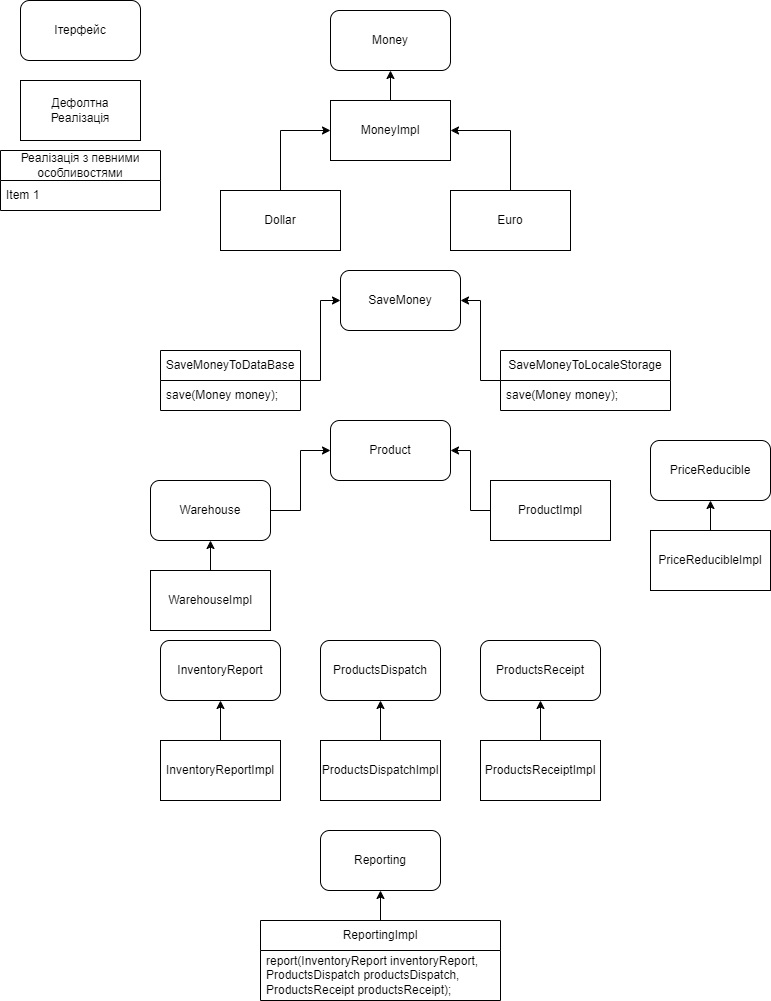
Earlier version of the draw.io export lab1/diagrama.png (mvyu222/Design-Patterns). Source tidied: cells renumbered, new cells last; positions are measured from the earlier drawing's top-left corner, leaving out a move shared by most shapes. The source it was exported from:
```xml
<mxGraphModel>
  <root>
    <mxCell id="0" />
    <mxCell id="1" parent="0" />
    <mxCell id="2" value="Ітерфейс" style="rounded=1;whiteSpace=wrap;html=1;" parent="1" vertex="1">
      <mxGeometry x="20" width="120" height="60" as="geometry" />
    </mxCell>
    <mxCell id="3" value="Дефолтна&lt;div&gt;Реалізація&lt;/div&gt;" style="rounded=0;whiteSpace=wrap;html=1;" parent="1" vertex="1">
      <mxGeometry x="20" y="80" width="120" height="60" as="geometry" />
    </mxCell>
    <mxCell id="4" value="Реалізація з певними особливостями" style="swimlane;fontStyle=0;horizontal=1;startSize=30;whiteSpace=wrap;html=1;" parent="1" vertex="1">
      <mxGeometry y="150" width="160" height="60" as="geometry" />
    </mxCell>
    <mxCell id="5" value="Item 1" style="text;strokeColor=none;fillColor=none;align=left;verticalAlign=middle;spacingLeft=4;spacingRight=4;overflow=hidden;whiteSpace=wrap;html=1;" parent="4" vertex="1">
      <mxGeometry y="30" width="160" height="30" as="geometry" />
    </mxCell>
    <mxCell id="6" value="Money" style="rounded=1;whiteSpace=wrap;html=1;" parent="1" vertex="1">
      <mxGeometry x="330" y="10" width="120" height="60" as="geometry" />
    </mxCell>
    <mxCell id="7" style="edgeStyle=orthogonalEdgeStyle;rounded=0;jettySize=auto;html=1;" parent="1" edge="1" source="8" target="6">
      <mxGeometry relative="1" as="geometry" />
    </mxCell>
    <mxCell id="8" value="MoneyImpl" style="rounded=0;whiteSpace=wrap;html=1;" parent="1" vertex="1">
      <mxGeometry x="330" y="100" width="120" height="60" as="geometry" />
    </mxCell>
    <mxCell id="9" style="edgeStyle=orthogonalEdgeStyle;rounded=0;jettySize=auto;html=1;entryX=0;entryY=0.5;entryDx=0;entryDy=0;" parent="1" edge="1" source="10" target="8">
      <mxGeometry relative="1" as="geometry" />
    </mxCell>
    <mxCell id="10" value="Dollar" style="rounded=0;whiteSpace=wrap;html=1;" parent="1" vertex="1">
      <mxGeometry x="220" y="190" width="120" height="60" as="geometry" />
    </mxCell>
    <mxCell id="11" style="edgeStyle=orthogonalEdgeStyle;rounded=0;jettySize=auto;html=1;entryX=1;entryY=0.5;entryDx=0;entryDy=0;" parent="1" edge="1" source="12" target="8">
      <mxGeometry relative="1" as="geometry" />
    </mxCell>
    <mxCell id="12" value="Euro" style="rounded=0;whiteSpace=wrap;html=1;" parent="1" vertex="1">
      <mxGeometry x="450" y="190" width="120" height="60" as="geometry" />
    </mxCell>
    <mxCell id="13" value="SaveMoney" style="rounded=1;whiteSpace=wrap;html=1;" parent="1" vertex="1">
      <mxGeometry x="340" y="270" width="120" height="60" as="geometry" />
    </mxCell>
    <mxCell id="14" style="edgeStyle=orthogonalEdgeStyle;rounded=0;jettySize=auto;html=1;entryX=0;entryY=0.5;entryDx=0;entryDy=0;" parent="1" edge="1" source="15" target="13">
      <mxGeometry relative="1" as="geometry" />
    </mxCell>
    <mxCell id="15" value="SaveMoneyToDataBase" style="swimlane;fontStyle=0;horizontal=1;startSize=30;whiteSpace=wrap;html=1;" parent="1" vertex="1">
      <mxGeometry x="160" y="350" width="140" height="60" as="geometry" />
    </mxCell>
    <mxCell id="16" value="save(Money money);" style="text;strokeColor=none;fillColor=none;align=left;verticalAlign=middle;spacingLeft=4;spacingRight=4;overflow=hidden;whiteSpace=wrap;html=1;" parent="15" vertex="1">
      <mxGeometry y="30" width="140" height="30" as="geometry" />
    </mxCell>
    <mxCell id="17" style="edgeStyle=orthogonalEdgeStyle;rounded=0;jettySize=auto;html=1;entryX=1;entryY=0.5;entryDx=0;entryDy=0;" parent="1" edge="1" source="18" target="13">
      <mxGeometry relative="1" as="geometry" />
    </mxCell>
    <mxCell id="18" value="SaveMoneyToLocaleStorage" style="swimlane;fontStyle=0;horizontal=1;startSize=30;whiteSpace=wrap;html=1;" parent="1" vertex="1">
      <mxGeometry x="500" y="350" width="170" height="60" as="geometry" />
    </mxCell>
    <mxCell id="19" value="save(Money money);" style="text;strokeColor=none;fillColor=none;align=left;verticalAlign=middle;spacingLeft=4;spacingRight=4;overflow=hidden;whiteSpace=wrap;html=1;" parent="18" vertex="1">
      <mxGeometry y="30" width="170" height="30" as="geometry" />
    </mxCell>
    <mxCell id="20" value="Product" style="rounded=1;whiteSpace=wrap;html=1;" parent="1" vertex="1">
      <mxGeometry x="330" y="420" width="120" height="60" as="geometry" />
    </mxCell>
    <mxCell id="21" style="edgeStyle=orthogonalEdgeStyle;rounded=0;jettySize=auto;html=1;entryX=0;entryY=0.5;entryDx=0;entryDy=0;" parent="1" edge="1" source="22" target="20">
      <mxGeometry relative="1" as="geometry" />
    </mxCell>
    <mxCell id="22" value="Warehouse" style="rounded=1;whiteSpace=wrap;html=1;" parent="1" vertex="1">
      <mxGeometry x="150" y="480" width="120" height="60" as="geometry" />
    </mxCell>
    <mxCell id="23" style="edgeStyle=orthogonalEdgeStyle;rounded=0;jettySize=auto;html=1;" parent="1" edge="1" source="24" target="20">
      <mxGeometry relative="1" as="geometry" />
    </mxCell>
    <mxCell id="24" value="ProductImpl" style="rounded=0;whiteSpace=wrap;html=1;" parent="1" vertex="1">
      <mxGeometry x="490" y="480" width="120" height="60" as="geometry" />
    </mxCell>
    <mxCell id="25" style="edgeStyle=orthogonalEdgeStyle;rounded=0;jettySize=auto;html=1;entryX=0.5;entryY=1;entryDx=0;entryDy=0;" parent="1" edge="1" source="26" target="22">
      <mxGeometry relative="1" as="geometry" />
    </mxCell>
    <mxCell id="26" value="WarehouseImpl" style="rounded=0;whiteSpace=wrap;html=1;" parent="1" vertex="1">
      <mxGeometry x="150" y="570" width="120" height="60" as="geometry" />
    </mxCell>
    <mxCell id="27" value="PriceReducible" style="rounded=1;whiteSpace=wrap;html=1;" parent="1" vertex="1">
      <mxGeometry x="650" y="440" width="120" height="60" as="geometry" />
    </mxCell>
    <mxCell id="28" style="edgeStyle=orthogonalEdgeStyle;rounded=0;jettySize=auto;html=1;entryX=0.5;entryY=1;entryDx=0;entryDy=0;" parent="1" edge="1" source="29" target="27">
      <mxGeometry relative="1" as="geometry" />
    </mxCell>
    <mxCell id="29" value="PriceReducibleImpl" style="rounded=0;whiteSpace=wrap;html=1;" parent="1" vertex="1">
      <mxGeometry x="650" y="530" width="120" height="60" as="geometry" />
    </mxCell>
    <mxCell id="30" value="InventoryReport" style="rounded=1;whiteSpace=wrap;html=1;" parent="1" vertex="1">
      <mxGeometry x="160" y="640" width="120" height="60" as="geometry" />
    </mxCell>
    <mxCell id="31" style="edgeStyle=orthogonalEdgeStyle;rounded=0;jettySize=auto;html=1;entryX=0.5;entryY=1;entryDx=0;entryDy=0;" parent="1" edge="1" source="32" target="30">
      <mxGeometry relative="1" as="geometry" />
    </mxCell>
    <mxCell id="32" value="InventoryReportImpl" style="rounded=0;whiteSpace=wrap;html=1;" parent="1" vertex="1">
      <mxGeometry x="160" y="740" width="120" height="60" as="geometry" />
    </mxCell>
    <mxCell id="33" value="ProductsDispatch" style="rounded=1;whiteSpace=wrap;html=1;" parent="1" vertex="1">
      <mxGeometry x="320" y="640" width="120" height="60" as="geometry" />
    </mxCell>
    <mxCell id="34" style="edgeStyle=orthogonalEdgeStyle;rounded=0;jettySize=auto;html=1;entryX=0.5;entryY=1;entryDx=0;entryDy=0;" parent="1" edge="1" source="35" target="33">
      <mxGeometry relative="1" as="geometry" />
    </mxCell>
    <mxCell id="35" value="ProductsDispatchImpl" style="rounded=0;whiteSpace=wrap;html=1;" parent="1" vertex="1">
      <mxGeometry x="320" y="740" width="120" height="60" as="geometry" />
    </mxCell>
    <mxCell id="36" value="ProductsReceipt" style="rounded=1;whiteSpace=wrap;html=1;" parent="1" vertex="1">
      <mxGeometry x="480" y="640" width="120" height="60" as="geometry" />
    </mxCell>
    <mxCell id="37" style="edgeStyle=orthogonalEdgeStyle;rounded=0;jettySize=auto;html=1;entryX=0.5;entryY=1;entryDx=0;entryDy=0;" parent="1" edge="1" source="38" target="36">
      <mxGeometry relative="1" as="geometry" />
    </mxCell>
    <mxCell id="38" value="ProductsReceiptImpl" style="rounded=0;whiteSpace=wrap;html=1;" parent="1" vertex="1">
      <mxGeometry x="480" y="740" width="120" height="60" as="geometry" />
    </mxCell>
    <mxCell id="39" value="Reporting" style="rounded=1;whiteSpace=wrap;html=1;" parent="1" vertex="1">
      <mxGeometry x="320" y="830" width="120" height="60" as="geometry" />
    </mxCell>
    <mxCell id="40" style="edgeStyle=orthogonalEdgeStyle;rounded=0;jettySize=auto;html=1;" parent="1" edge="1" source="41" target="39">
      <mxGeometry relative="1" as="geometry" />
    </mxCell>
    <mxCell id="41" value="ReportingImpl" style="swimlane;fontStyle=0;horizontal=1;startSize=30;whiteSpace=wrap;html=1;" parent="1" vertex="1">
      <mxGeometry x="260" y="920" width="240" height="80" as="geometry" />
    </mxCell>
    <mxCell id="42" value="report(InventoryReport inventoryReport,&lt;div&gt;ProductsDispatch productsDispatch,&lt;/div&gt;&lt;div&gt;ProductsReceipt productsReceipt);&lt;/div&gt;" style="text;strokeColor=none;fillColor=none;align=left;verticalAlign=middle;spacingLeft=4;spacingRight=4;overflow=hidden;whiteSpace=wrap;html=1;" parent="41" vertex="1">
      <mxGeometry y="30" width="240" height="50" as="geometry" />
    </mxCell>
  </root>
</mxGraphModel>
```
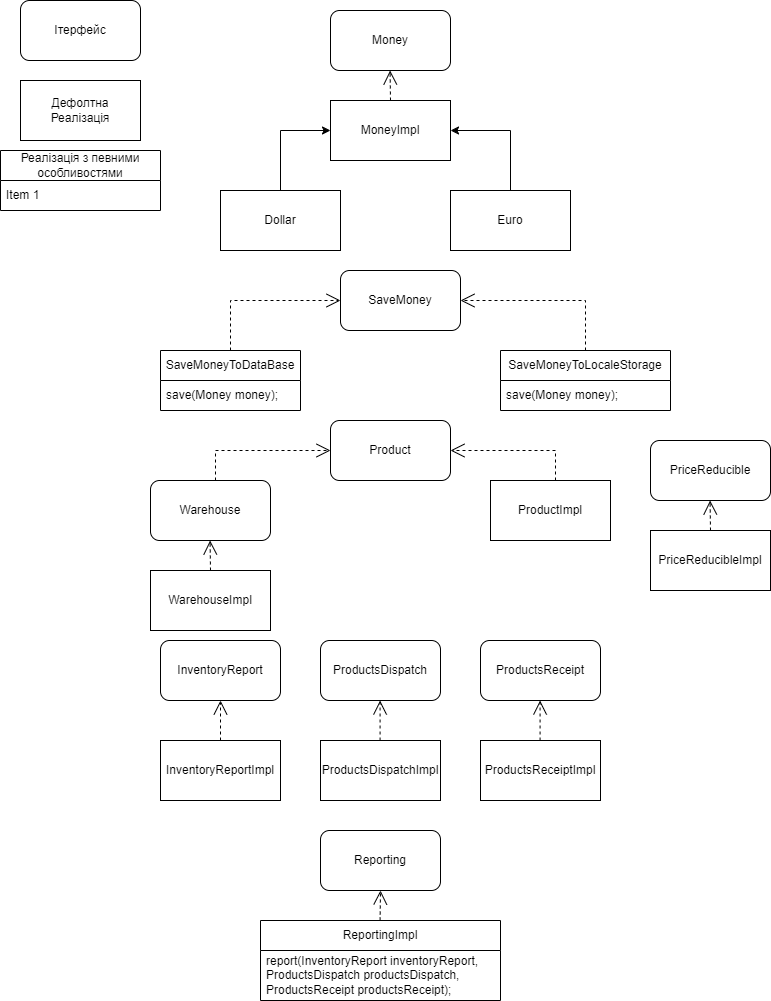
The same file after the commit.

The edit, as a diff of the source:
```diff
@@ -17,9 +17,6 @@
     <mxCell id="6" value="Money" style="rounded=1;whiteSpace=wrap;html=1;" parent="1" vertex="1">
       <mxGeometry x="330" y="10" width="120" height="60" as="geometry" />
     </mxCell>
-    <mxCell id="7" style="edgeStyle=orthogonalEdgeStyle;rounded=0;jettySize=auto;html=1;" parent="1" edge="1" source="8" target="6">
-      <mxGeometry relative="1" as="geometry" />
-    </mxCell>
     <mxCell id="8" value="MoneyImpl" style="rounded=0;whiteSpace=wrap;html=1;" parent="1" vertex="1">
       <mxGeometry x="330" y="100" width="120" height="60" as="geometry" />
     </mxCell>
@@ -38,18 +35,12 @@
     <mxCell id="13" value="SaveMoney" style="rounded=1;whiteSpace=wrap;html=1;" parent="1" vertex="1">
       <mxGeometry x="340" y="270" width="120" height="60" as="geometry" />
     </mxCell>
-    <mxCell id="14" style="edgeStyle=orthogonalEdgeStyle;rounded=0;jettySize=auto;html=1;entryX=0;entryY=0.5;entryDx=0;entryDy=0;" parent="1" edge="1" source="15" target="13">
-      <mxGeometry relative="1" as="geometry" />
-    </mxCell>
     <mxCell id="15" value="SaveMoneyToDataBase" style="swimlane;fontStyle=0;horizontal=1;startSize=30;whiteSpace=wrap;html=1;" parent="1" vertex="1">
       <mxGeometry x="160" y="350" width="140" height="60" as="geometry" />
     </mxCell>
     <mxCell id="16" value="save(Money money);" style="text;strokeColor=none;fillColor=none;align=left;verticalAlign=middle;spacingLeft=4;spacingRight=4;overflow=hidden;whiteSpace=wrap;html=1;" parent="15" vertex="1">
       <mxGeometry y="30" width="140" height="30" as="geometry" />
     </mxCell>
-    <mxCell id="17" style="edgeStyle=orthogonalEdgeStyle;rounded=0;jettySize=auto;html=1;entryX=1;entryY=0.5;entryDx=0;entryDy=0;" parent="1" edge="1" source="18" target="13">
-      <mxGeometry relative="1" as="geometry" />
-    </mxCell>
     <mxCell id="18" value="SaveMoneyToLocaleStorage" style="swimlane;fontStyle=0;horizontal=1;startSize=30;whiteSpace=wrap;html=1;" parent="1" vertex="1">
       <mxGeometry x="500" y="350" width="170" height="60" as="geometry" />
     </mxCell>
@@ -59,71 +50,119 @@
     <mxCell id="20" value="Product" style="rounded=1;whiteSpace=wrap;html=1;" parent="1" vertex="1">
       <mxGeometry x="330" y="420" width="120" height="60" as="geometry" />
     </mxCell>
-    <mxCell id="21" style="edgeStyle=orthogonalEdgeStyle;rounded=0;jettySize=auto;html=1;entryX=0;entryY=0.5;entryDx=0;entryDy=0;" parent="1" edge="1" source="22" target="20">
-      <mxGeometry relative="1" as="geometry" />
-    </mxCell>
     <mxCell id="22" value="Warehouse" style="rounded=1;whiteSpace=wrap;html=1;" parent="1" vertex="1">
       <mxGeometry x="150" y="480" width="120" height="60" as="geometry" />
     </mxCell>
-    <mxCell id="23" style="edgeStyle=orthogonalEdgeStyle;rounded=0;jettySize=auto;html=1;" parent="1" edge="1" source="24" target="20">
-      <mxGeometry relative="1" as="geometry" />
-    </mxCell>
     <mxCell id="24" value="ProductImpl" style="rounded=0;whiteSpace=wrap;html=1;" parent="1" vertex="1">
       <mxGeometry x="490" y="480" width="120" height="60" as="geometry" />
     </mxCell>
-    <mxCell id="25" style="edgeStyle=orthogonalEdgeStyle;rounded=0;jettySize=auto;html=1;entryX=0.5;entryY=1;entryDx=0;entryDy=0;" parent="1" edge="1" source="26" target="22">
-      <mxGeometry relative="1" as="geometry" />
-    </mxCell>
     <mxCell id="26" value="WarehouseImpl" style="rounded=0;whiteSpace=wrap;html=1;" parent="1" vertex="1">
       <mxGeometry x="150" y="570" width="120" height="60" as="geometry" />
     </mxCell>
     <mxCell id="27" value="PriceReducible" style="rounded=1;whiteSpace=wrap;html=1;" parent="1" vertex="1">
       <mxGeometry x="650" y="440" width="120" height="60" as="geometry" />
     </mxCell>
-    <mxCell id="28" style="edgeStyle=orthogonalEdgeStyle;rounded=0;jettySize=auto;html=1;entryX=0.5;entryY=1;entryDx=0;entryDy=0;" parent="1" edge="1" source="29" target="27">
-      <mxGeometry relative="1" as="geometry" />
-    </mxCell>
     <mxCell id="29" value="PriceReducibleImpl" style="rounded=0;whiteSpace=wrap;html=1;" parent="1" vertex="1">
       <mxGeometry x="650" y="530" width="120" height="60" as="geometry" />
     </mxCell>
     <mxCell id="30" value="InventoryReport" style="rounded=1;whiteSpace=wrap;html=1;" parent="1" vertex="1">
       <mxGeometry x="160" y="640" width="120" height="60" as="geometry" />
     </mxCell>
-    <mxCell id="31" style="edgeStyle=orthogonalEdgeStyle;rounded=0;jettySize=auto;html=1;entryX=0.5;entryY=1;entryDx=0;entryDy=0;" parent="1" edge="1" source="32" target="30">
-      <mxGeometry relative="1" as="geometry" />
-    </mxCell>
     <mxCell id="32" value="InventoryReportImpl" style="rounded=0;whiteSpace=wrap;html=1;" parent="1" vertex="1">
       <mxGeometry x="160" y="740" width="120" height="60" as="geometry" />
     </mxCell>
     <mxCell id="33" value="ProductsDispatch" style="rounded=1;whiteSpace=wrap;html=1;" parent="1" vertex="1">
       <mxGeometry x="320" y="640" width="120" height="60" as="geometry" />
     </mxCell>
-    <mxCell id="34" style="edgeStyle=orthogonalEdgeStyle;rounded=0;jettySize=auto;html=1;entryX=0.5;entryY=1;entryDx=0;entryDy=0;" parent="1" edge="1" source="35" target="33">
-      <mxGeometry relative="1" as="geometry" />
-    </mxCell>
     <mxCell id="35" value="ProductsDispatchImpl" style="rounded=0;whiteSpace=wrap;html=1;" parent="1" vertex="1">
       <mxGeometry x="320" y="740" width="120" height="60" as="geometry" />
     </mxCell>
     <mxCell id="36" value="ProductsReceipt" style="rounded=1;whiteSpace=wrap;html=1;" parent="1" vertex="1">
       <mxGeometry x="480" y="640" width="120" height="60" as="geometry" />
     </mxCell>
-    <mxCell id="37" style="edgeStyle=orthogonalEdgeStyle;rounded=0;jettySize=auto;html=1;entryX=0.5;entryY=1;entryDx=0;entryDy=0;" parent="1" edge="1" source="38" target="36">
-      <mxGeometry relative="1" as="geometry" />
-    </mxCell>
     <mxCell id="38" value="ProductsReceiptImpl" style="rounded=0;whiteSpace=wrap;html=1;" parent="1" vertex="1">
       <mxGeometry x="480" y="740" width="120" height="60" as="geometry" />
     </mxCell>
     <mxCell id="39" value="Reporting" style="rounded=1;whiteSpace=wrap;html=1;" parent="1" vertex="1">
       <mxGeometry x="320" y="830" width="120" height="60" as="geometry" />
     </mxCell>
-    <mxCell id="40" style="edgeStyle=orthogonalEdgeStyle;rounded=0;jettySize=auto;html=1;" parent="1" edge="1" source="41" target="39">
-      <mxGeometry relative="1" as="geometry" />
-    </mxCell>
     <mxCell id="41" value="ReportingImpl" style="swimlane;fontStyle=0;horizontal=1;startSize=30;whiteSpace=wrap;html=1;" parent="1" vertex="1">
       <mxGeometry x="260" y="920" width="240" height="80" as="geometry" />
     </mxCell>
     <mxCell id="42" value="report(InventoryReport inventoryReport,&lt;div&gt;ProductsDispatch productsDispatch,&lt;/div&gt;&lt;div&gt;ProductsReceipt productsReceipt);&lt;/div&gt;" style="text;strokeColor=none;fillColor=none;align=left;verticalAlign=middle;spacingLeft=4;spacingRight=4;overflow=hidden;whiteSpace=wrap;html=1;" parent="41" vertex="1">
       <mxGeometry y="30" width="240" height="50" as="geometry" />
     </mxCell>
+    <mxCell id="43" style="endArrow=open;endSize=12;dashed=1;html=1;rounded=0;" parent="1" edge="1">
+      <mxGeometry relative="1" as="geometry">
+        <mxPoint x="390" y="100" as="sourcePoint" />
+        <mxPoint x="389.6" y="70" as="targetPoint" />
+      </mxGeometry>
+    </mxCell>
+    <mxCell id="14" style="endArrow=open;endSize=12;dashed=1;html=1;rounded=0;entryX=0;entryY=0.5;entryDx=0;entryDy=0;exitX=0.5;exitY=0;exitDx=0;exitDy=0;" parent="1" edge="1" source="15" target="13">
+      <mxGeometry relative="1" as="geometry">
+        <Array as="points">
+          <mxPoint x="230" y="300" />
+        </Array>
+      </mxGeometry>
+    </mxCell>
+    <mxCell id="17" style="endArrow=open;endSize=12;dashed=1;html=1;rounded=0;entryX=1;entryY=0.5;entryDx=0;entryDy=0;exitX=0.5;exitY=0;exitDx=0;exitDy=0;" parent="1" edge="1" source="18" target="13">
+      <mxGeometry relative="1" as="geometry">
+        <Array as="points">
+          <mxPoint x="585" y="300" />
+        </Array>
+      </mxGeometry>
+    </mxCell>
+    <mxCell id="44" style="endArrow=open;endSize=12;dashed=1;html=1;rounded=0;exitX=0.5;exitY=0;exitDx=0;exitDy=0;" parent="1" edge="1" target="20">
+      <mxGeometry relative="1" as="geometry">
+        <mxPoint x="555" y="480" as="sourcePoint" />
+        <Array as="points">
+          <mxPoint x="555" y="450" />
+          <mxPoint x="490" y="450" />
+        </Array>
+      </mxGeometry>
+    </mxCell>
+    <mxCell id="45" style="endArrow=open;endSize=12;dashed=1;html=1;rounded=0;" parent="1" edge="1">
+      <mxGeometry relative="1" as="geometry">
+        <mxPoint x="710" y="530" as="sourcePoint" />
+        <mxPoint x="709.6" y="500" as="targetPoint" />
+      </mxGeometry>
+    </mxCell>
+    <mxCell id="46" style="endArrow=open;endSize=12;dashed=1;html=1;rounded=0;" parent="1" edge="1">
+      <mxGeometry relative="1" as="geometry">
+        <mxPoint x="210" y="570" as="sourcePoint" />
+        <mxPoint x="209.6" y="540" as="targetPoint" />
+      </mxGeometry>
+    </mxCell>
+    <mxCell id="47" style="endArrow=open;endSize=12;dashed=1;html=1;rounded=0;entryX=0.5;entryY=1;entryDx=0;entryDy=0;" parent="1" edge="1" target="30">
+      <mxGeometry relative="1" as="geometry">
+        <mxPoint x="220" y="740" as="sourcePoint" />
+      </mxGeometry>
+    </mxCell>
+    <mxCell id="48" style="endArrow=open;endSize=12;dashed=1;html=1;rounded=0;entryX=0.5;entryY=1;entryDx=0;entryDy=0;" parent="1" edge="1">
+      <mxGeometry relative="1" as="geometry">
+        <mxPoint x="379.6" y="740" as="sourcePoint" />
+        <mxPoint x="379.6" y="700" as="targetPoint" />
+      </mxGeometry>
+    </mxCell>
+    <mxCell id="49" style="endArrow=open;endSize=12;dashed=1;html=1;rounded=0;entryX=0.5;entryY=1;entryDx=0;entryDy=0;" parent="1" edge="1">
+      <mxGeometry relative="1" as="geometry">
+        <mxPoint x="539.6" y="740" as="sourcePoint" />
+        <mxPoint x="539.6" y="700" as="targetPoint" />
+      </mxGeometry>
+    </mxCell>
+    <mxCell id="50" style="endArrow=open;endSize=12;dashed=1;html=1;rounded=0;" parent="1" edge="1">
+      <mxGeometry relative="1" as="geometry">
+        <mxPoint x="379.6" y="920" as="sourcePoint" />
+        <mxPoint x="380" y="890" as="targetPoint" />
+      </mxGeometry>
+    </mxCell>
+    <mxCell id="51" style="endArrow=open;endSize=12;dashed=1;html=1;rounded=0;exitX=0.5;exitY=0;exitDx=0;exitDy=0;entryX=0;entryY=0.5;entryDx=0;entryDy=0;" parent="1" edge="1" target="20">
+      <mxGeometry relative="1" as="geometry">
+        <mxPoint x="215" y="480" as="sourcePoint" />
+        <Array as="points">
+          <mxPoint x="215" y="450" />
+        </Array>
+      </mxGeometry>
+    </mxCell>
   </root>
 </mxGraphModel>
```
